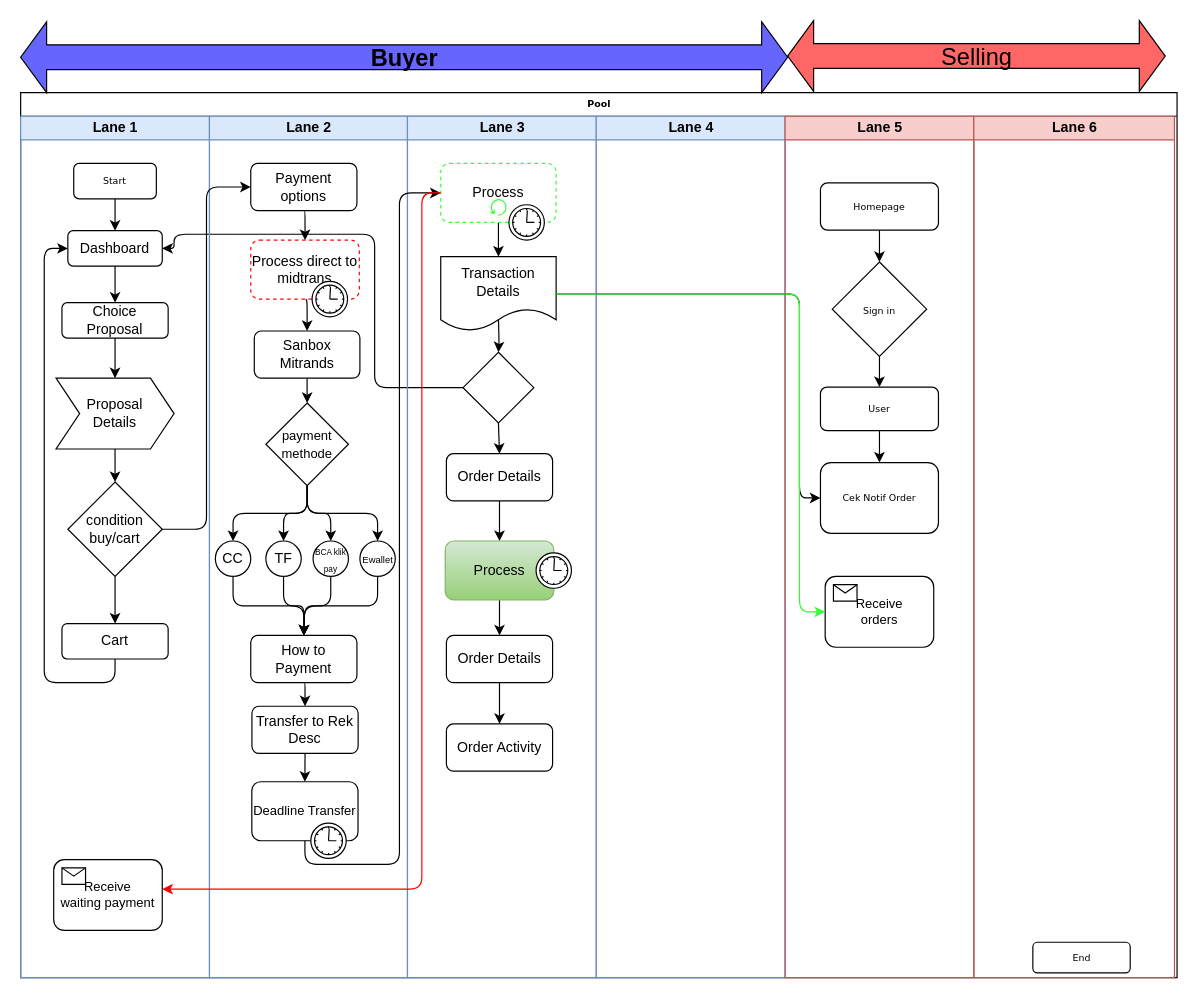
Earlier version of the draw.io diagram page "Flow by Iqbal" (5 of 5) of Diagram Tanpa Judul.drawio (ahmadfaqih-dev/Flowchart). Source tidied: cells renumbered, new cells numbered last; positions are measured from the earlier drawing's top-left corner, leaving out a move shared by most shapes. Both pictures are drawn from the tidied source at 118%, with x=0, y=0 at pixel (20, 20).
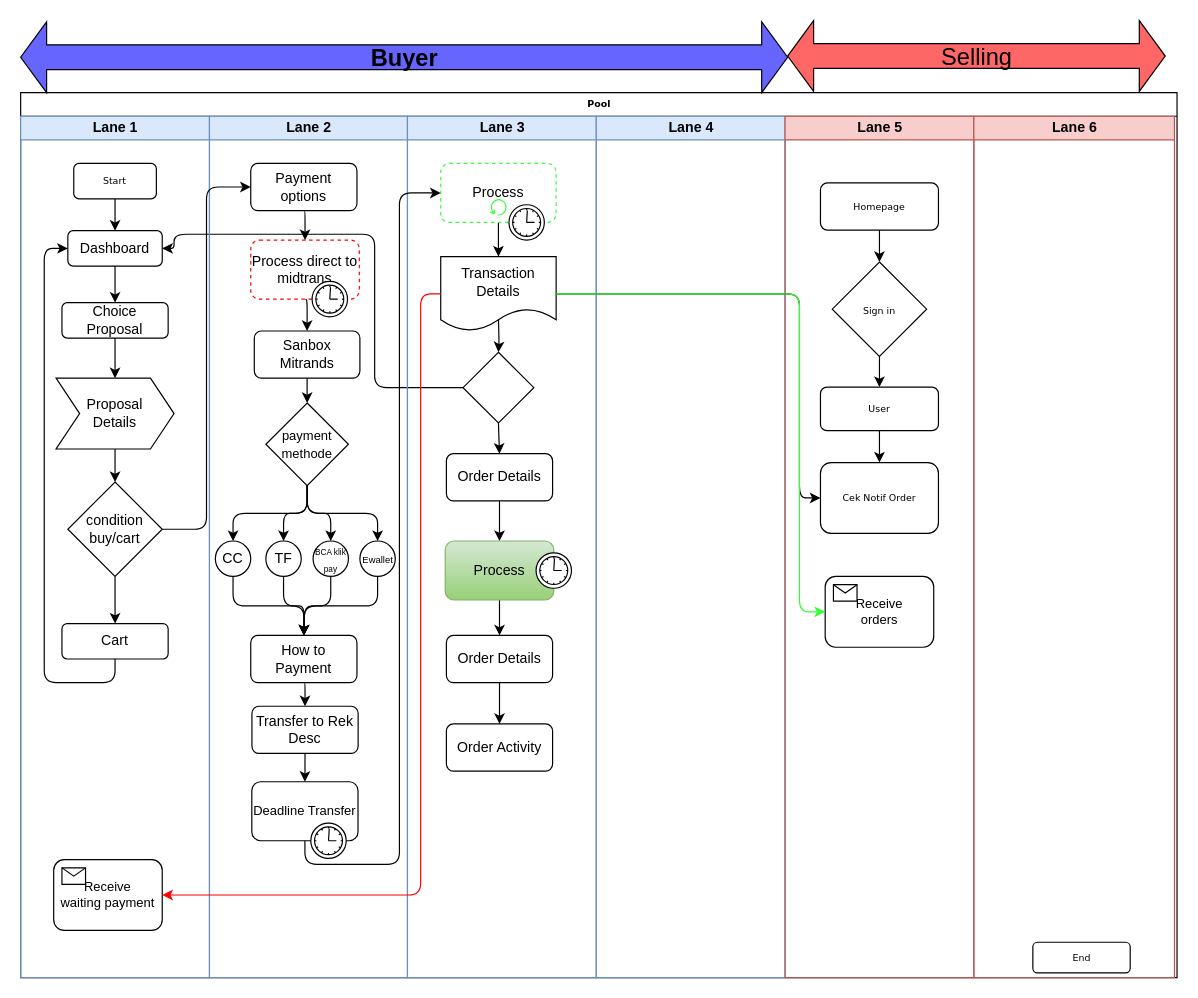
The same diagram, later.

The change refers to these unchanged cells:
```xml
<mxCell id="2" value="Pool" style="swimlane;html=1;startSize=20;rounded=0;shadow=0;labelBackgroundColor=none;strokeWidth=1;fontFamily=Verdana;fontSize=8;align=center;" parent="1" vertex="1">
  <mxGeometry y="61" width="980" height="750" as="geometry" />
</mxCell>
<mxCell id="17" value="&lt;div style=&quot;font-size: 11px&quot;&gt;&lt;font style=&quot;font-size: 11px&quot;&gt;Receive &lt;br&gt;&lt;/font&gt;&lt;/div&gt;&lt;div style=&quot;font-size: 11px&quot;&gt;&lt;font style=&quot;font-size: 11px&quot;&gt;waiting payment&lt;/font&gt;&lt;/div&gt;" style="html=1;whiteSpace=wrap;rounded=1;strokeColor=#000000;" parent="4" vertex="1">
  <mxGeometry x="28" y="630" width="92" height="60" as="geometry" />
</mxCell>
<mxCell id="46" value="Process" style="html=1;whiteSpace=wrap;rounded=1;strokeColor=#33FF33;dashed=1;" parent="43" vertex="1">
  <mxGeometry x="28.2" y="40" width="97.8" height="50" as="geometry" />
</mxCell>
<mxCell id="51" value="&lt;div&gt;Transaction&lt;/div&gt;&lt;div&gt;Details&lt;/div&gt;" style="shape=document;whiteSpace=wrap;html=1;boundedLbl=1;strokeColor=#000000;" parent="43" vertex="1">
  <mxGeometry x="28.2" y="119" width="97.8" height="63" as="geometry" />
</mxCell>
```

Change to the diagram source:
```diff
@@
-    <mxCell id="75" style="edgeStyle=orthogonalEdgeStyle;rounded=1;jettySize=auto;html=1;exitX=0;exitY=0.5;exitDx=0;exitDy=0;strokeColor=#FF0000;" parent="2" edge="1" source="46" target="17">
+    <mxCell id="75" style="edgeStyle=orthogonalEdgeStyle;rounded=1;jettySize=auto;html=1;strokeColor=#FF0000;exitX=0;exitY=0.5;exitDx=0;exitDy=0;entryX=1;entryY=0.5;entryDx=0;entryDy=0;" parent="2" edge="1" source="51" target="17">
       <mxGeometry relative="1" as="geometry">
         <Array as="points">
-          <mxPoint x="340" y="85" />
-          <mxPoint x="340" y="675" />
+          <mxPoint x="339" y="171" />
+          <mxPoint x="339" y="680" />
         </Array>
       </mxGeometry>
     </mxCell>
```
